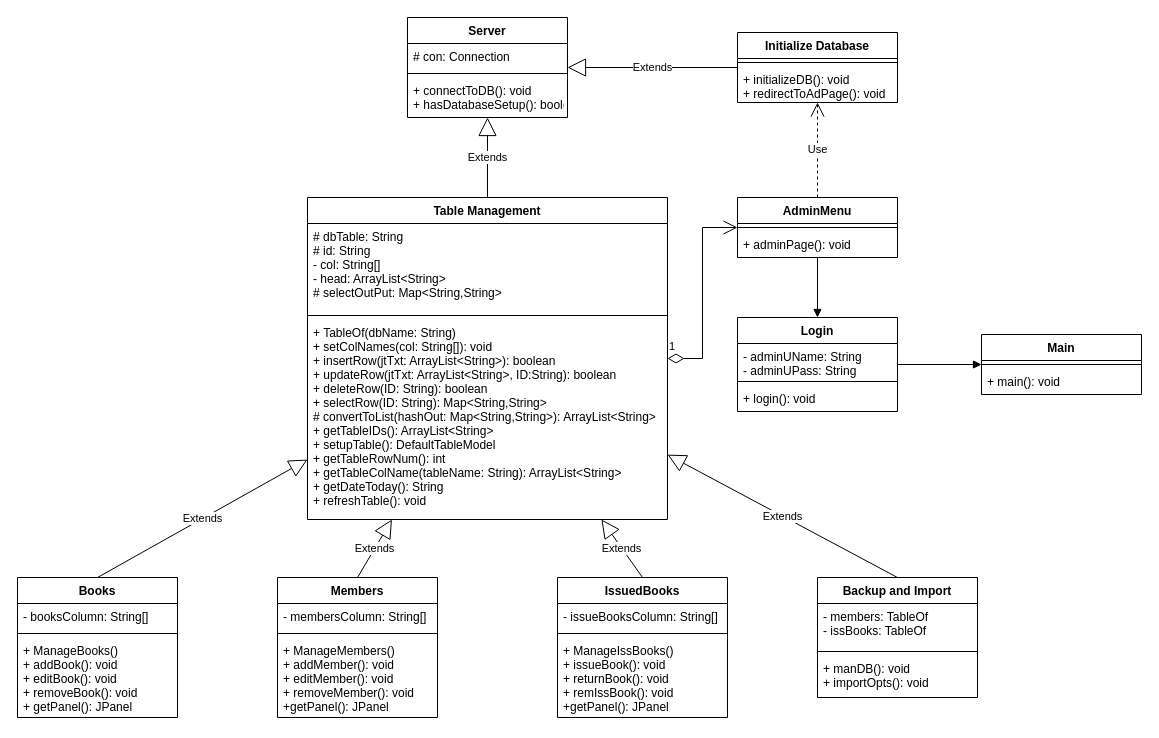
Earlier version of the draw.io diagram Untitled Diagram.drawio (dkeithdj/digitallib). Source tidied: cells renumbered, new cells numbered last; positions are measured from the earlier drawing's top-left corner, leaving out a move shared by most shapes. Both pictures are drawn from the tidied source at 100%, with x=0, y=0 at pixel (17, 17).
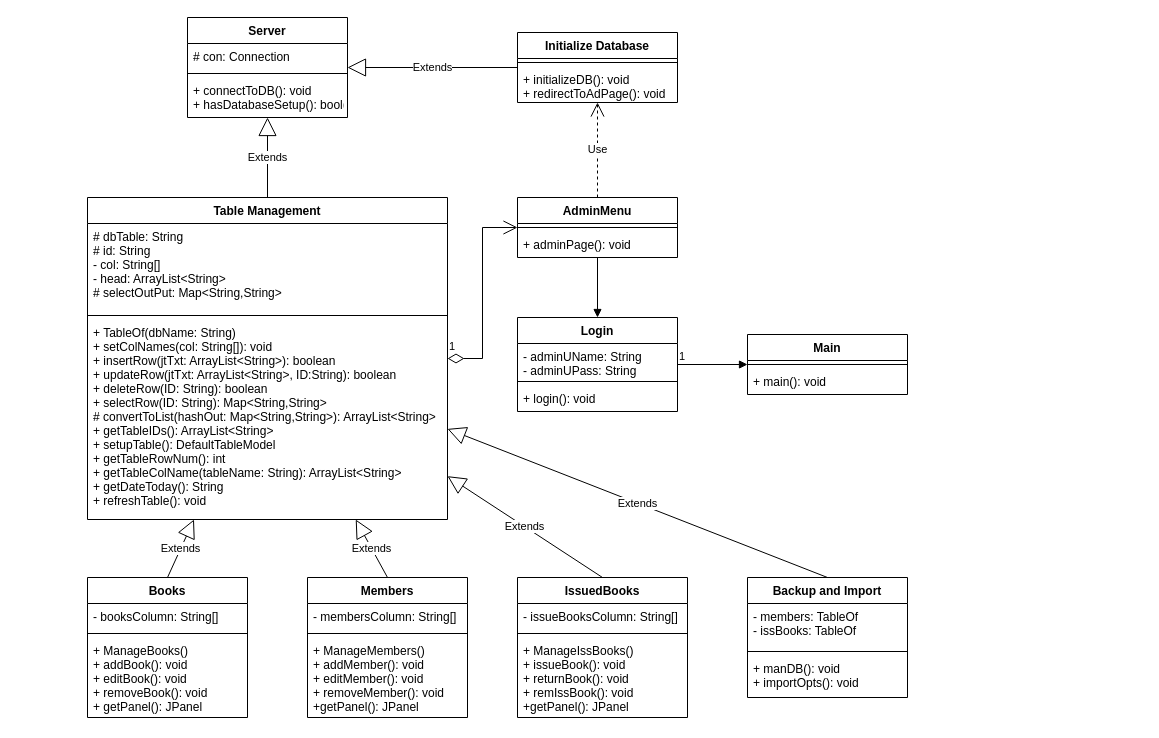
The same page after the edit.

Unchanged cells that the change refers to:
```xml
<mxCell id="48" style="endArrow=block;endFill=1;html=1;edgeStyle=orthogonalEdgeStyle;align=left;verticalAlign=top;rounded=0;" parent="1" edge="1" source="2" target="14">
  <mxGeometry x="-1" relative="1" as="geometry" />
</mxCell>
```

Change to the diagram source:
```diff
@@
     <mxCell id="2" value="Login" style="swimlane;fontStyle=1;align=center;verticalAlign=top;horizontal=1;startSize=26;" parent="1" vertex="1">
-      <mxGeometry x="720" y="300" width="160" height="94" as="geometry" />
+      <mxGeometry x="500" y="300" width="160" height="94" as="geometry" />
     </mxCell>
@@
     <mxCell id="6" value="Books" style="swimlane;fontStyle=1;align=center;verticalAlign=top;horizontal=1;startSize=26;" parent="1" vertex="1">
-      <mxGeometry y="560" width="160" height="140" as="geometry" />
+      <mxGeometry x="70" y="560" width="160" height="140" as="geometry" />
     </mxCell>
@@
     <mxCell id="10" value="Server" style="swimlane;fontStyle=1;align=center;verticalAlign=top;horizontal=1;startSize=26;" parent="1" vertex="1">
-      <mxGeometry x="390" width="160" height="100" as="geometry" />
+      <mxGeometry x="170" width="160" height="100" as="geometry" />
     </mxCell>
@@
     <mxCell id="14" value="Main" style="swimlane;fontStyle=1;align=center;verticalAlign=top;horizontal=1;startSize=26;" parent="1" vertex="1">
-      <mxGeometry x="964" y="317" width="160" height="60" as="geometry" />
+      <mxGeometry x="730" y="317" width="160" height="60" as="geometry" />
     </mxCell>
@@
     <mxCell id="17" value="AdminMenu" style="swimlane;fontStyle=1;align=center;verticalAlign=top;horizontal=1;startSize=26;" parent="1" vertex="1">
-      <mxGeometry x="720" y="180" width="160" height="60" as="geometry" />
+      <mxGeometry x="500" y="180" width="160" height="60" as="geometry" />
     </mxCell>
@@
     <mxCell id="20" value="Table Management" style="swimlane;fontStyle=1;align=center;verticalAlign=top;horizontal=1;startSize=26;" parent="1" vertex="1">
-      <mxGeometry x="290" y="180" width="360" height="322" as="geometry" />
+      <mxGeometry x="70" y="180" width="360" height="322" as="geometry" />
     </mxCell>
@@
     <mxCell id="24" value="Backup and Import" style="swimlane;fontStyle=1;align=center;verticalAlign=top;horizontal=1;startSize=26;" parent="1" vertex="1">
-      <mxGeometry x="800" y="560" width="160" height="120" as="geometry" />
+      <mxGeometry x="730" y="560" width="160" height="120" as="geometry" />
     </mxCell>
@@
     <mxCell id="28" value="IssuedBooks" style="swimlane;fontStyle=1;align=center;verticalAlign=top;horizontal=1;startSize=26;" parent="1" vertex="1">
-      <mxGeometry x="540" y="560" width="170" height="140" as="geometry" />
+      <mxGeometry x="500" y="560" width="170" height="140" as="geometry" />
     </mxCell>
@@
     <mxCell id="32" value="Members" style="swimlane;fontStyle=1;align=center;verticalAlign=top;horizontal=1;startSize=26;" parent="1" vertex="1">
-      <mxGeometry x="260" y="560" width="160" height="140" as="geometry" />
+      <mxGeometry x="290" y="560" width="160" height="140" as="geometry" />
     </mxCell>
@@
     <mxCell id="41" value="Initialize Database" style="swimlane;fontStyle=1;align=center;verticalAlign=top;horizontal=1;startSize=26;" parent="1" vertex="1">
-      <mxGeometry x="720" y="15" width="160" height="70" as="geometry" />
+      <mxGeometry x="500" y="15" width="160" height="70" as="geometry" />
     </mxCell>
@@
+    <mxCell id="49" value="1" style="edgeLabel;html=1;align=left;verticalAlign=bottom;" parent="48" vertex="1">
+      <mxGeometry x="-1" relative="1" as="geometry" />
+    </mxCell>
```
